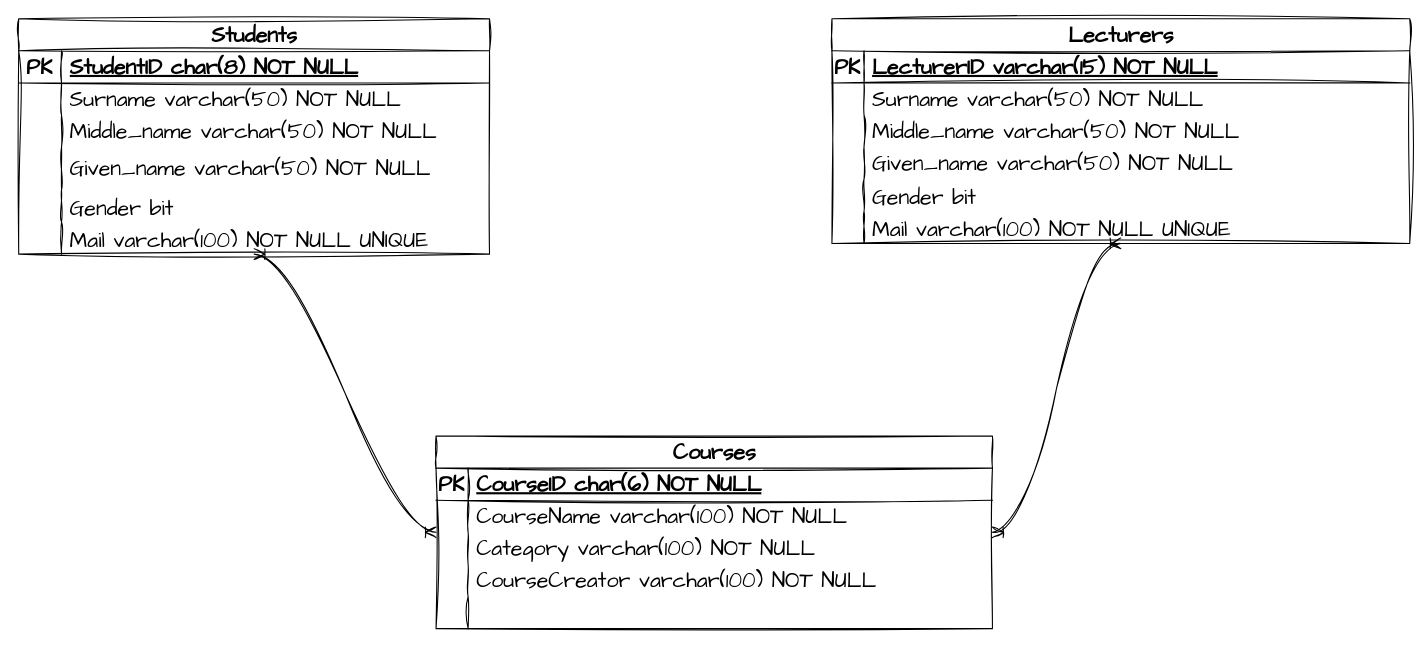
This is Untitled Diagram.drawio from Adota2107/CMS_ERD_Diagram, a draw.io file, before an edit. Source tidied: cells renumbered, new cells numbered last; positions are measured from the earlier drawing's top-left corner, leaving out a move shared by most shapes. Both pictures are drawn from the tidied source at 107%, with x=0, y=0 at pixel (18, 18).
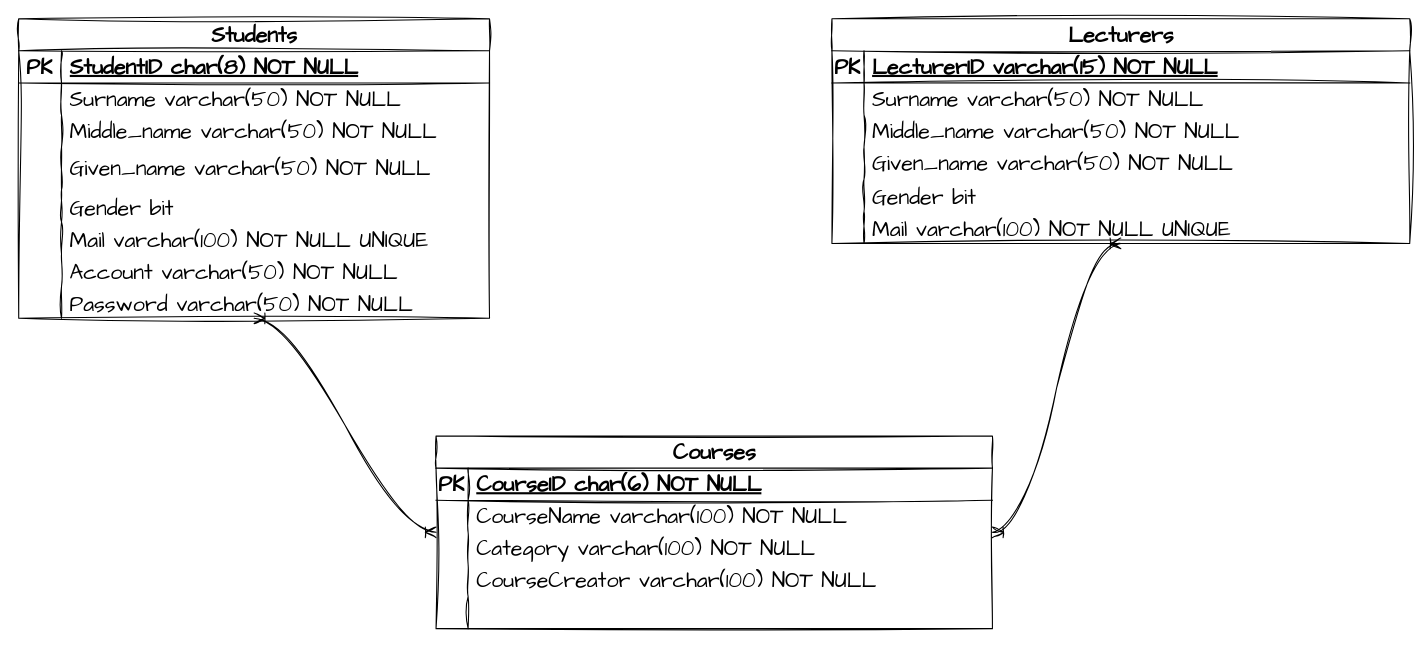
The same diagram, later.

Commit message:
add col account and password to student table

Change to the diagram source:
```diff
@@
     <mxCell id="2" value="Students" style="shape=table;startSize=30;childLayout=tableLayout;rowLines=0;fontStyle=1;align=center;html=1;sketch=1;hachureGap=4;jiggle=2;curveFitting=1;fontFamily=Architects Daughter;fontSize=20;" parent="1" vertex="1">
-      <mxGeometry width="440" height="220" as="geometry" />
+      <mxGeometry width="440" height="280" as="geometry" />
     </mxCell>
@@
+    <mxCell id="58" style="shape=tableRow;horizontal=0;startSize=0;swimlaneHead=0;swimlaneBody=0;fillColor=none;top=0;left=0;right=0;bottom=0;sketch=1;hachureGap=4;jiggle=2;curveFitting=1;fontFamily=Architects Daughter;fontSize=20;" parent="2" vertex="1">
+      <mxGeometry y="220" width="440" height="30" as="geometry" />
+    </mxCell>
+    <mxCell id="59" style="shape=partialRectangle;fillColor=none;top=0;left=0;bottom=0;right=0;overflow=hidden;sketch=1;hachureGap=4;jiggle=2;curveFitting=1;fontFamily=Architects Daughter;fontSize=20;" parent="58" vertex="1">
+      <mxGeometry width="40" height="30" as="geometry" />
+    </mxCell>
+    <mxCell id="60" value="Account varchar(50) NOT NULL" style="shape=partialRectangle;fillColor=none;top=0;left=0;bottom=0;right=0;align=left;spacingLeft=6;overflow=hidden;sketch=1;hachureGap=4;jiggle=2;curveFitting=1;fontFamily=Architects Daughter;fontSize=20;" parent="58" vertex="1">
+      <mxGeometry x="40" width="400" height="30" as="geometry" />
+    </mxCell>
+    <mxCell id="61" style="shape=tableRow;horizontal=0;startSize=0;swimlaneHead=0;swimlaneBody=0;fillColor=none;top=0;left=0;right=0;bottom=0;sketch=1;hachureGap=4;jiggle=2;curveFitting=1;fontFamily=Architects Daughter;fontSize=20;" parent="2" vertex="1">
+      <mxGeometry y="250" width="440" height="30" as="geometry" />
+    </mxCell>
+    <mxCell id="62" style="shape=partialRectangle;fillColor=none;top=0;left=0;bottom=0;right=0;overflow=hidden;sketch=1;hachureGap=4;jiggle=2;curveFitting=1;fontFamily=Architects Daughter;fontSize=20;" parent="61" vertex="1">
+      <mxGeometry width="40" height="30" as="geometry" />
+    </mxCell>
+    <mxCell id="63" value="Password varchar(50) NOT NULL" style="shape=partialRectangle;fillColor=none;top=0;left=0;bottom=0;right=0;align=left;spacingLeft=6;overflow=hidden;sketch=1;hachureGap=4;jiggle=2;curveFitting=1;fontFamily=Architects Daughter;fontSize=20;" parent="61" vertex="1">
+      <mxGeometry x="40" width="400" height="30" as="geometry" />
+    </mxCell>
```
